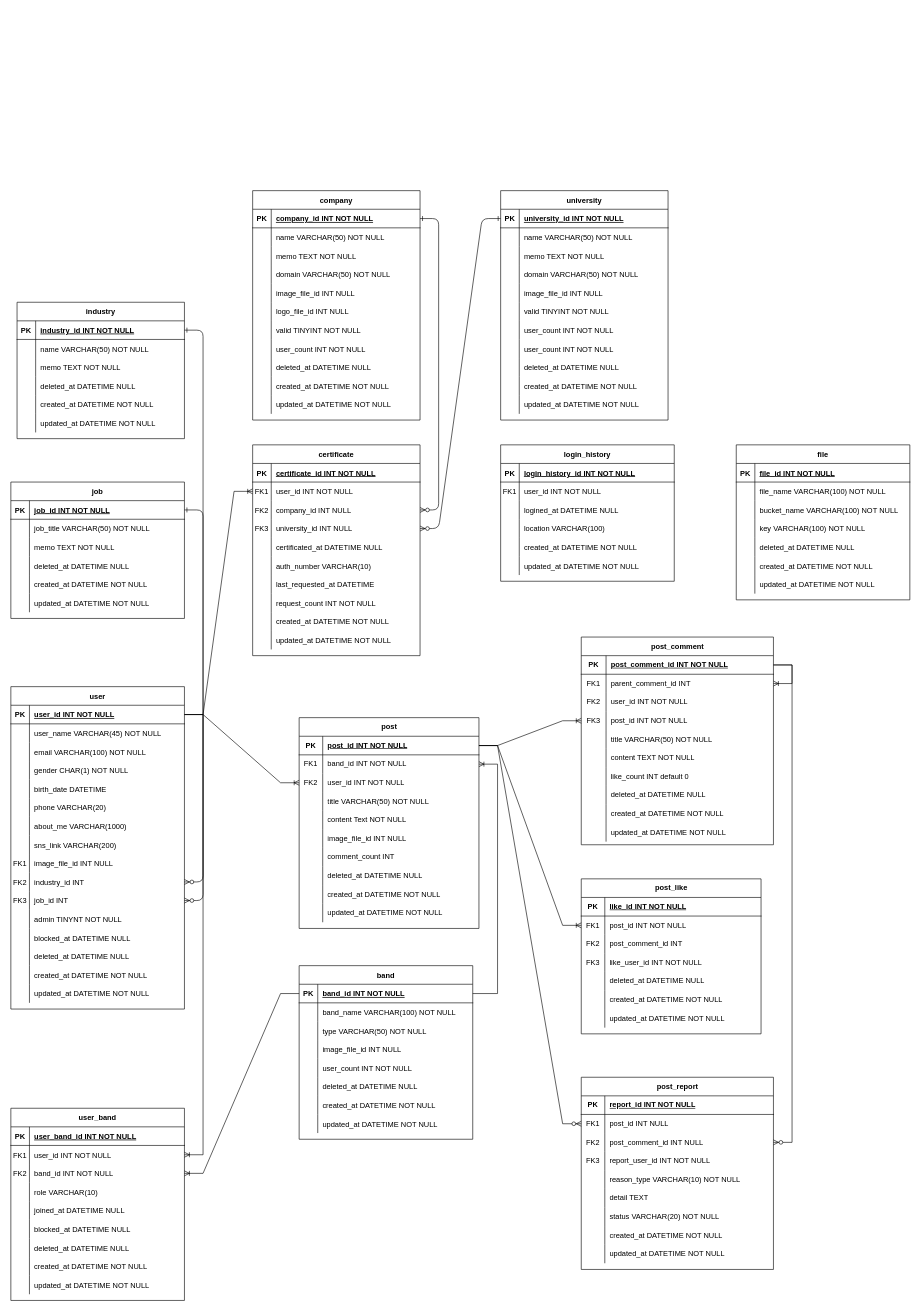
This is ERD.drawio from Peer-Band/Peer-Band-DB, a draw.io file, before an edit. Source tidied: cells renumbered, new cells numbered last; positions are measured from the earlier drawing's top-left corner, leaving out a move shared by most shapes. Both pictures are drawn from the tidied source at 62%, with x=0, y=0 at pixel (11, 190).
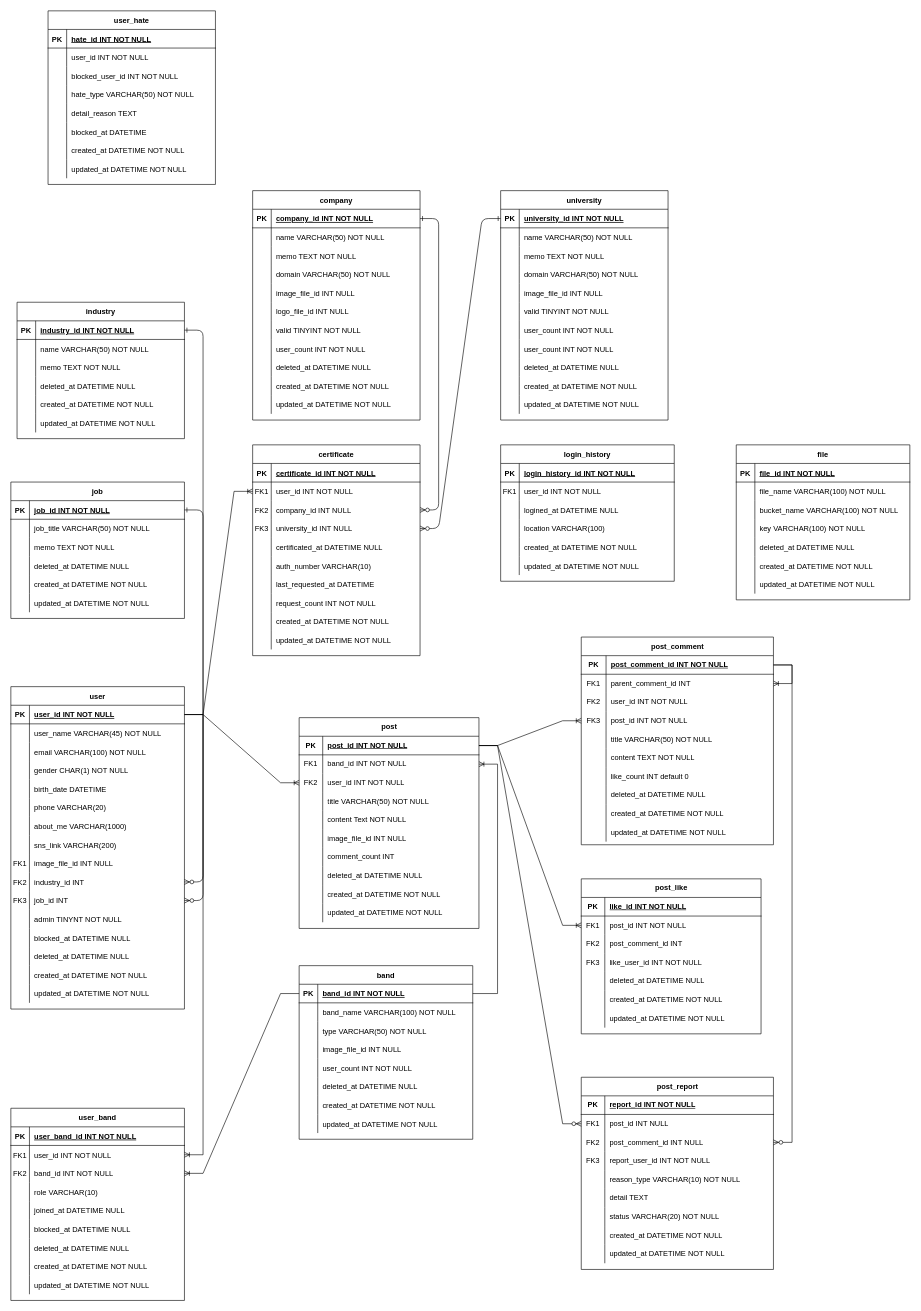
The same page after the edit.

The edit, as a diff of the source:
```diff
@@
+    <mxCell id="408" value="user_hate" style="shape=table;startSize=30;childLayout=tableLayout;rowLines=0;fontStyle=1;align=center;" parent="1" vertex="1">
+      <mxGeometry x="60" y="-290" width="270" height="280" as="geometry" />
+    </mxCell>
+    <mxCell id="409" style="shape=partialRectangle;fillColor=none;top=0;left=0;right=0;bottom=1;" parent="408" vertex="1">
+      <mxGeometry y="30" width="270" height="30" as="geometry" />
+    </mxCell>
+    <mxCell id="410" value="PK" style="shape=partialRectangle;overflow=hidden;fillColor=none;top=0;left=0;bottom=0;right=0;fontStyle=1;" parent="409" vertex="1">
+      <mxGeometry width="30" height="30" as="geometry" />
+    </mxCell>
+    <mxCell id="411" value="hate_id INT NOT NULL" style="shape=partialRectangle;overflow=hidden;fillColor=none;top=0;left=0;bottom=0;right=0;align=left;spacingLeft=6;fontStyle=5;" parent="409" vertex="1">
+      <mxGeometry x="30" width="240" height="30" as="geometry" />
+    </mxCell>
+    <mxCell id="412" style="shape=partialRectangle;fillColor=none;top=0;left=0;right=0;bottom=0;" parent="408" vertex="1">
+      <mxGeometry y="60" width="270" height="30" as="geometry" />
+    </mxCell>
+    <mxCell id="413" style="shape=partialRectangle;overflow=hidden;fillColor=none;top=0;left=0;bottom=0;right=0;" parent="412" vertex="1">
+      <mxGeometry width="30" height="30" as="geometry" />
+    </mxCell>
+    <mxCell id="414" value="user_id INT NOT NULL" style="shape=partialRectangle;overflow=hidden;fillColor=none;top=0;left=0;bottom=0;right=0;align=left;spacingLeft=6;" parent="412" vertex="1">
+      <mxGeometry x="30" width="240" height="30" as="geometry" />
+    </mxCell>
+    <mxCell id="415" style="shape=partialRectangle;fillColor=none;top=0;left=0;right=0;bottom=0;" parent="408" vertex="1">
+      <mxGeometry y="90" width="270" height="30" as="geometry" />
+    </mxCell>
+    <mxCell id="416" style="shape=partialRectangle;overflow=hidden;fillColor=none;top=0;left=0;bottom=0;right=0;" parent="415" vertex="1">
+      <mxGeometry width="30" height="30" as="geometry" />
+    </mxCell>
+    <mxCell id="417" value="blocked_user_id INT NOT NULL" style="shape=partialRectangle;overflow=hidden;fillColor=none;top=0;left=0;bottom=0;right=0;align=left;spacingLeft=6;" parent="415" vertex="1">
+      <mxGeometry x="30" width="240" height="30" as="geometry" />
+    </mxCell>
+    <mxCell id="418" style="shape=partialRectangle;fillColor=none;top=0;left=0;right=0;bottom=0;" parent="408" vertex="1">
+      <mxGeometry y="120" width="270" height="30" as="geometry" />
+    </mxCell>
+    <mxCell id="419" style="shape=partialRectangle;overflow=hidden;fillColor=none;top=0;left=0;bottom=0;right=0;" parent="418" vertex="1">
+      <mxGeometry width="30" height="30" as="geometry" />
+    </mxCell>
+    <mxCell id="420" value="hate_type VARCHAR(50) NOT NULL" style="shape=partialRectangle;overflow=hidden;fillColor=none;top=0;left=0;bottom=0;right=0;align=left;spacingLeft=6;" parent="418" vertex="1">
+      <mxGeometry x="30" width="240" height="30" as="geometry" />
+    </mxCell>
+    <mxCell id="421" style="shape=partialRectangle;fillColor=none;top=0;left=0;right=0;bottom=0;" parent="408" vertex="1">
+      <mxGeometry y="150" width="270" height="30" as="geometry" />
+    </mxCell>
+    <mxCell id="422" style="shape=partialRectangle;overflow=hidden;fillColor=none;top=0;left=0;bottom=0;right=0;" parent="421" vertex="1">
+      <mxGeometry width="30" height="30" as="geometry" />
+    </mxCell>
+    <mxCell id="423" value="detail_reason TEXT" style="shape=partialRectangle;overflow=hidden;fillColor=none;top=0;left=0;bottom=0;right=0;align=left;spacingLeft=6;" parent="421" vertex="1">
+      <mxGeometry x="30" width="240" height="30" as="geometry" />
+    </mxCell>
+    <mxCell id="424" style="shape=partialRectangle;fillColor=none;top=0;left=0;right=0;bottom=0;" parent="408" vertex="1">
+      <mxGeometry y="180" width="270" height="30" as="geometry" />
+    </mxCell>
+    <mxCell id="425" style="shape=partialRectangle;overflow=hidden;fillColor=none;top=0;left=0;bottom=0;right=0;" parent="424" vertex="1">
+      <mxGeometry width="30" height="30" as="geometry" />
+    </mxCell>
+    <mxCell id="426" value="blocked_at DATETIME " style="shape=partialRectangle;overflow=hidden;fillColor=none;top=0;left=0;bottom=0;right=0;align=left;spacingLeft=6;" parent="424" vertex="1">
+      <mxGeometry x="30" width="240" height="30" as="geometry" />
+    </mxCell>
+    <mxCell id="427" style="shape=partialRectangle;fillColor=none;top=0;left=0;right=0;bottom=0;" parent="408" vertex="1">
+      <mxGeometry y="210" width="270" height="30" as="geometry" />
+    </mxCell>
+    <mxCell id="428" style="shape=partialRectangle;overflow=hidden;fillColor=none;top=0;left=0;bottom=0;right=0;" parent="427" vertex="1">
+      <mxGeometry width="30" height="30" as="geometry" />
+    </mxCell>
+    <mxCell id="429" value="created_at DATETIME NOT NULL" style="shape=partialRectangle;overflow=hidden;fillColor=none;top=0;left=0;bottom=0;right=0;align=left;spacingLeft=6;" parent="427" vertex="1">
+      <mxGeometry x="30" width="240" height="30" as="geometry" />
+    </mxCell>
+    <mxCell id="430" style="shape=partialRectangle;fillColor=none;top=0;left=0;right=0;bottom=0;" parent="408" vertex="1">
+      <mxGeometry y="240" width="270" height="30" as="geometry" />
+    </mxCell>
+    <mxCell id="431" style="shape=partialRectangle;overflow=hidden;fillColor=none;top=0;left=0;bottom=0;right=0;" parent="430" vertex="1">
+      <mxGeometry width="30" height="30" as="geometry" />
+    </mxCell>
+    <mxCell id="432" value="updated_at DATETIME NOT NULL" style="shape=partialRectangle;overflow=hidden;fillColor=none;top=0;left=0;bottom=0;right=0;align=left;spacingLeft=6;" parent="430" vertex="1">
+      <mxGeometry x="30" width="240" height="30" as="geometry" />
+    </mxCell>
```
